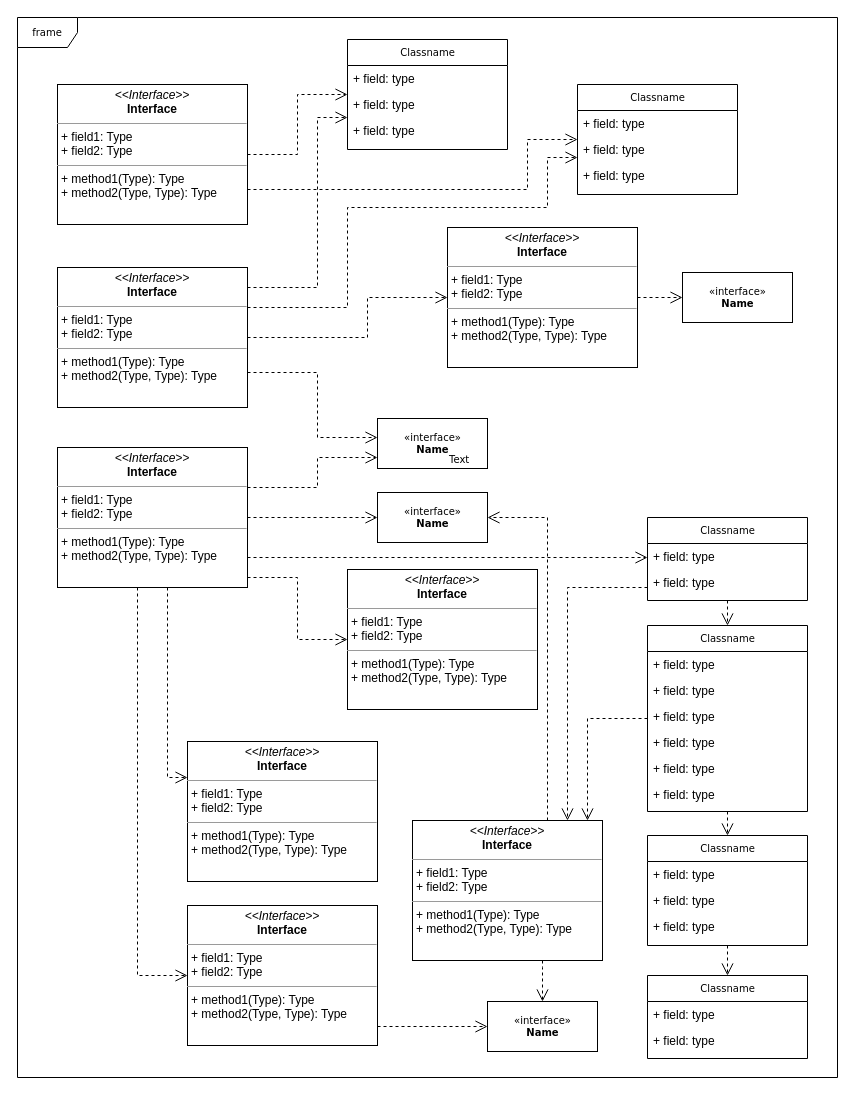
The draw.io diagram page "UML" (1 of 2) of Untitled Diagram.drawio in bkellerman/raidollardesign, before the edit. Source tidied: cells renumbered, new cells numbered last; positions are measured from the earlier drawing's top-left corner, leaving out a move shared by most shapes. Both pictures are drawn from the tidied source at 100%, with x=0, y=0 at pixel (17, 17).
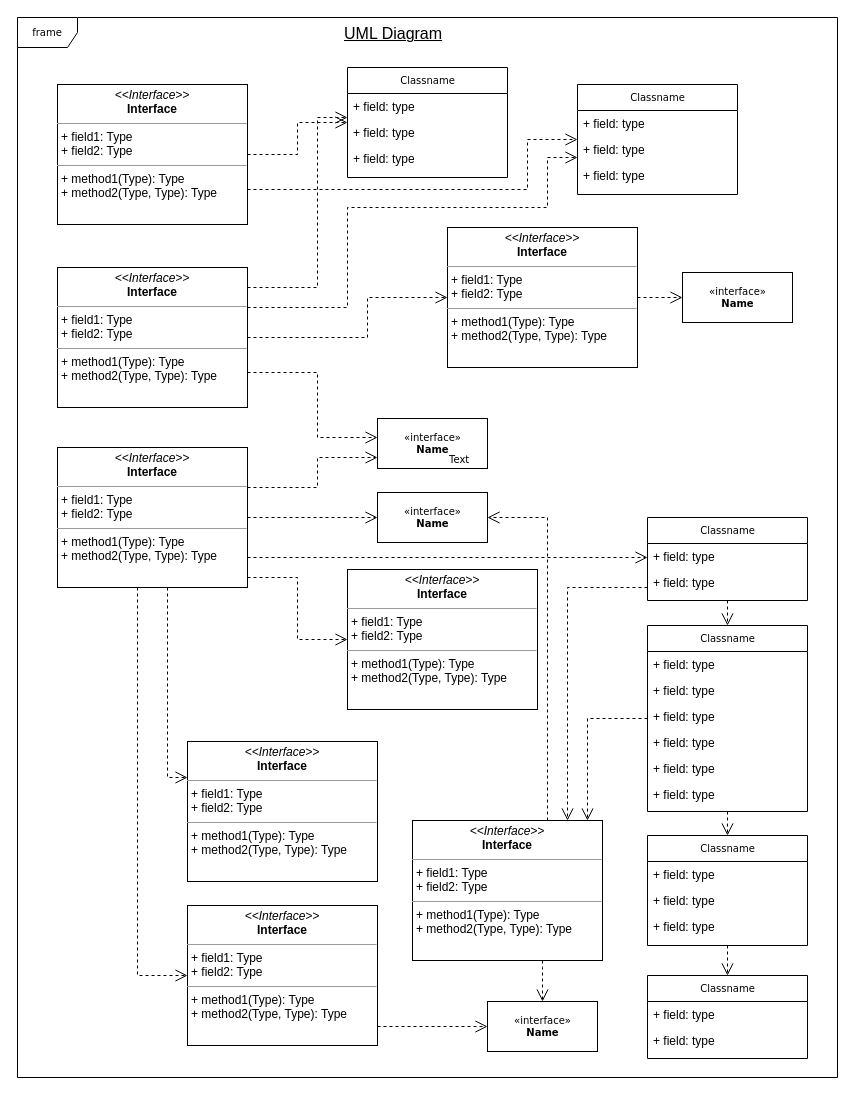
The same diagram, later.

What changed in the source:
```diff
@@
     <mxCell id="12" value="Classname" style="swimlane;html=1;fontStyle=0;horizontal=1;startSize=26;fillColor=none;swimlaneFillColor=#ffffff;rounded=0;shadow=0;comic=0;labelBackgroundColor=none;strokeWidth=1;fontFamily=Verdana;fontSize=10;align=center;" parent="1" vertex="1">
-      <mxGeometry x="330" y="22" width="160" height="110" as="geometry" />
+      <mxGeometry x="330" y="50" width="160" height="110" as="geometry" />
     </mxCell>
@@
+    <mxCell id="62" value="&lt;u style=&quot;forced-color-adjust: none; color: rgb(0, 0, 0); font-family: Helvetica; font-size: 12px; font-style: normal; font-variant-ligatures: normal; font-variant-caps: normal; font-weight: 400; letter-spacing: normal; orphans: 2; text-align: center; text-indent: 0px; text-transform: none; widows: 2; word-spacing: 0px; -webkit-text-stroke-width: 0px; white-space: normal; background-color: rgb(251, 251, 251);&quot;&gt;&lt;font style=&quot;forced-color-adjust: none; font-size: 16px;&quot;&gt;UML Diagram&lt;/font&gt;&lt;/u&gt;" style="text;whiteSpace=wrap;html=1;" parent="1" vertex="1">
+      <mxGeometry x="325" width="170" height="40" as="geometry" />
+    </mxCell>
```
